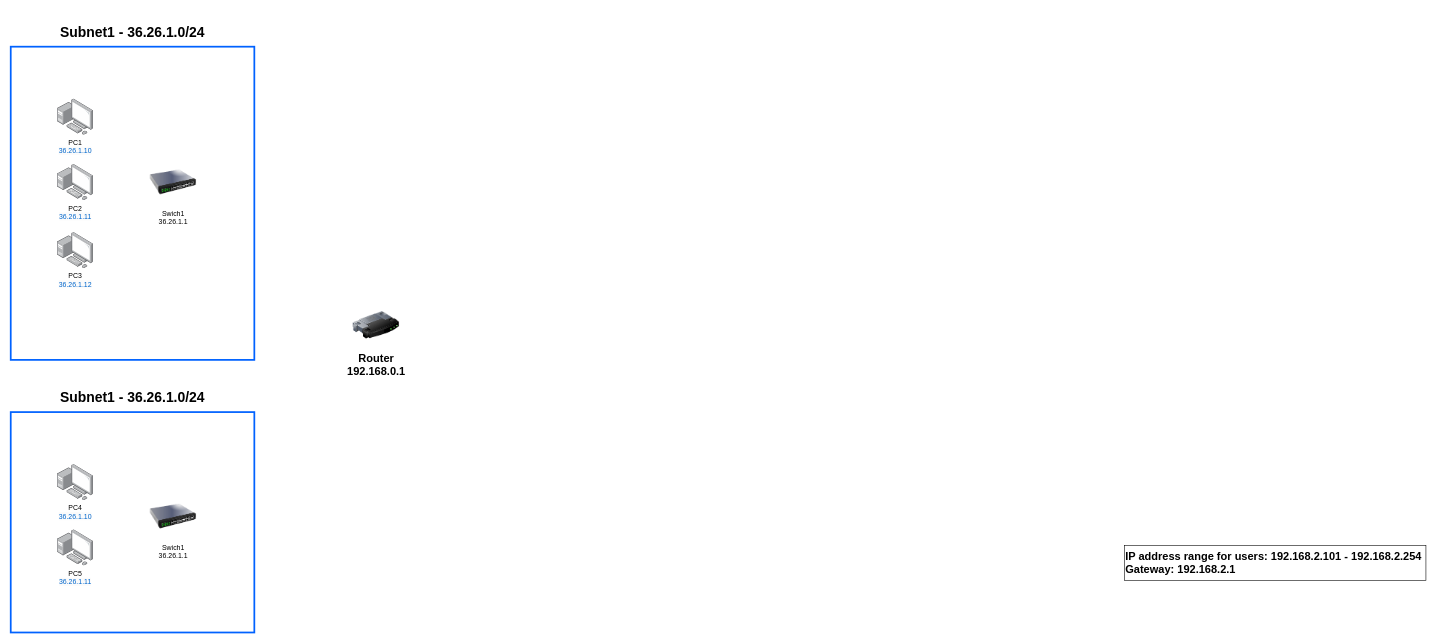
Above: Tutorial4.drawio in tamir-cqu/diagrams (draw.io), before the change. Source tidied: cells renumbered, new cells numbered last; positions are measured from the earlier drawing's top-left corner, leaving out a move shared by most shapes. Both pictures are drawn from the tidied source at 58%, with x=0, y=0 at pixel (10, 23).
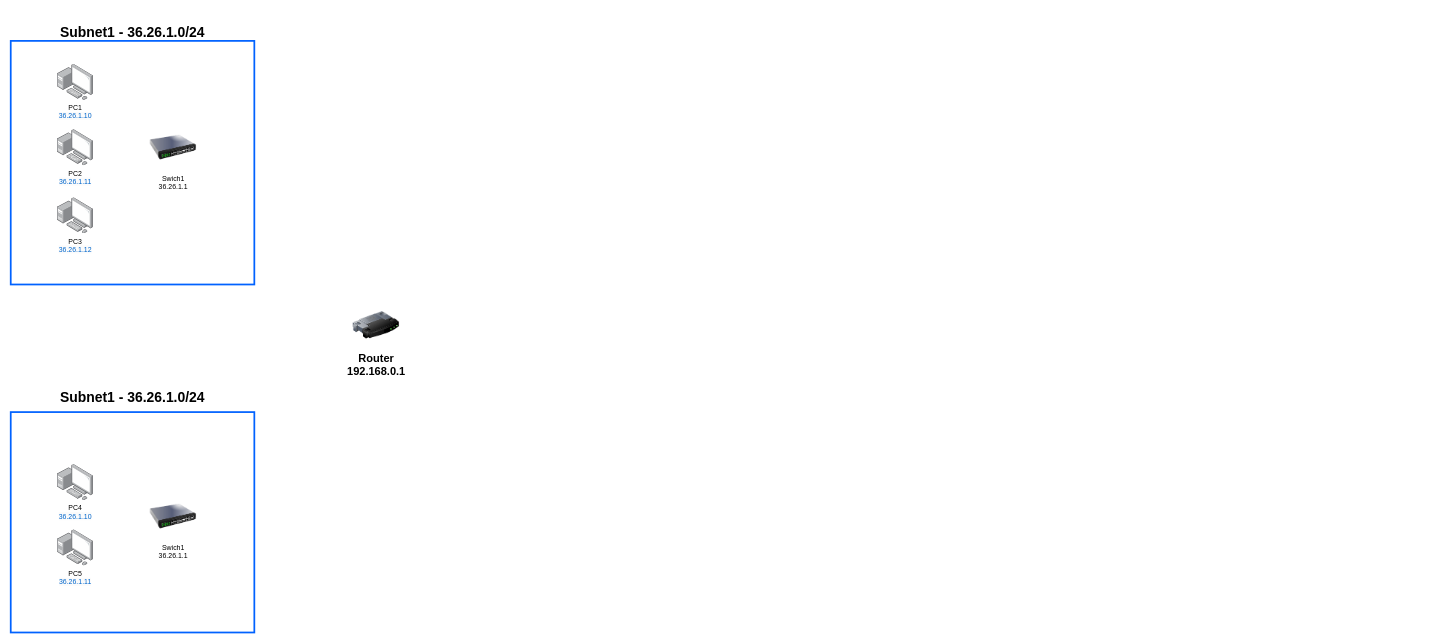
The same diagram, later.

The edit, as a diff of the source:
```diff
@@
 <mxGraphModel background="#ffffff">
   <root>
     <mxCell id="0" />
     <mxCell id="1" parent="0" />
     <mxCell id="2" style="rounded=0;whiteSpace=wrap;html=1;strokeWidth=3;strokeColor=#0062ff;fontSize=19;fontStyle=1;" parent="1" vertex="1">
-      <mxGeometry y="40" width="420" height="540" as="geometry" />
+      <mxGeometry y="30" width="420" height="420" as="geometry" />
     </mxCell>
     <mxCell id="3" value="Router&lt;br&gt;192.168.0.1" style="image;html=1;image=img/lib/clip_art/networking/Router_128x128.png;fontSize=19;fontStyle=1;" parent="1" vertex="1">
       <mxGeometry x="590" y="480" width="80" height="80" as="geometry" />
     </mxCell>
     <mxCell id="4" value="&lt;p class=&quot;MsoNormal&quot; style=&quot;font-size: 24px;&quot;&gt;Subnet1 - 36.26.1.0/24&lt;/p&gt;" style="text;html=1;strokeColor=none;fillColor=none;align=center;verticalAlign=middle;whiteSpace=wrap;rounded=0;fontSize=24;fontStyle=1;" parent="1" vertex="1">
       <mxGeometry x="40" width="340" height="30" as="geometry" />
     </mxCell>
-    <mxCell id="5" value="IP address range for users: 192.168.2.101 - 192.168.2.254&lt;br style=&quot;font-size: 19px;&quot;&gt;Gateway: 192.168.2.1&lt;br style=&quot;font-size: 19px;&quot;&gt;" style="rounded=0;whiteSpace=wrap;html=1;align=left;fontSize=19;fontStyle=1;" parent="1" vertex="1">
-      <mxGeometry x="1920" y="900" width="520" height="60" as="geometry" />
-    </mxCell>
     <mxCell id="6" value="PC1&lt;br style=&quot;border-color: var(--border-color); color: rgb(0, 102, 204); background-color: rgb(251, 251, 251);&quot;&gt;&lt;span style=&quot;color: rgb(0, 102, 204); background-color: rgb(251, 251, 251);&quot;&gt;36.26.1.10&lt;/span&gt;" style="image;html=1;align=center;shadow=0;dashed=0;image=img/lib/allied_telesis/computer_and_terminals/Personal_Computer_with_Server.svg;" parent="1" vertex="1">
-      <mxGeometry x="80" y="130" width="62.4" height="62.4" as="geometry" />
+      <mxGeometry x="80" y="70" width="62.4" height="62.4" as="geometry" />
     </mxCell>
     <mxCell id="7" value="PC2&lt;br style=&quot;border-color: var(--border-color); color: rgb(0, 102, 204); background-color: rgb(251, 251, 251);&quot;&gt;&lt;span style=&quot;color: rgb(0, 102, 204); background-color: rgb(251, 251, 251);&quot;&gt;36.26.1.11&lt;/span&gt;" style="image;html=1;align=center;shadow=0;dashed=0;image=img/lib/allied_telesis/computer_and_terminals/Personal_Computer_with_Server.svg;" parent="1" vertex="1">
-      <mxGeometry x="80" y="242.6" width="62.4" height="62.4" as="geometry" />
+      <mxGeometry x="80" y="182.6" width="62.4" height="62.4" as="geometry" />
     </mxCell>
     <mxCell id="8" value="PC3&lt;br style=&quot;border-color: var(--border-color); color: rgb(0, 102, 204); background-color: rgb(251, 251, 251);&quot;&gt;&lt;span style=&quot;color: rgb(0, 102, 204); background-color: rgb(251, 251, 251);&quot;&gt;36.26.1.12&lt;/span&gt;" style="image;html=1;align=center;shadow=0;dashed=0;image=img/lib/allied_telesis/computer_and_terminals/Personal_Computer_with_Server.svg;" parent="1" vertex="1">
-      <mxGeometry x="80" y="360" width="62.4" height="62.4" as="geometry" />
+      <mxGeometry x="80" y="300" width="62.4" height="62.4" as="geometry" />
     </mxCell>
     <mxCell id="9" value="Swich1&lt;br&gt;36.26.1.1" style="image;html=1;image=img/lib/clip_art/networking/Switch_128x128.png;" parent="1" vertex="1">
-      <mxGeometry x="240" y="233.8" width="80" height="80" as="geometry" />
+      <mxGeometry x="240" y="173.8" width="80" height="80" as="geometry" />
     </mxCell>
     <mxCell id="10" style="rounded=0;whiteSpace=wrap;html=1;strokeWidth=3;strokeColor=#0062ff;fontSize=19;fontStyle=1;" parent="1" vertex="1">
       <mxGeometry y="670" width="420" height="380" as="geometry" />
     </mxCell>
     <mxCell id="11" value="&lt;p class=&quot;MsoNormal&quot; style=&quot;font-size: 24px;&quot;&gt;Subnet1 - 36.26.1.0/24&lt;/p&gt;" style="text;html=1;strokeColor=none;fillColor=none;align=center;verticalAlign=middle;whiteSpace=wrap;rounded=0;fontSize=24;fontStyle=1;" parent="1" vertex="1">
       <mxGeometry x="40" y="630" width="340" height="30" as="geometry" />
     </mxCell>
     <mxCell id="12" value="PC4&lt;br style=&quot;border-color: var(--border-color); color: rgb(0, 102, 204); background-color: rgb(251, 251, 251);&quot;&gt;&lt;span style=&quot;color: rgb(0, 102, 204); background-color: rgb(251, 251, 251);&quot;&gt;36.26.1.10&lt;/span&gt;" style="image;html=1;align=center;shadow=0;dashed=0;image=img/lib/allied_telesis/computer_and_terminals/Personal_Computer_with_Server.svg;" parent="1" vertex="1">
       <mxGeometry x="80" y="760" width="62.4" height="62.4" as="geometry" />
     </mxCell>
     <mxCell id="13" value="PC5&lt;br style=&quot;border-color: var(--border-color); color: rgb(0, 102, 204); background-color: rgb(251, 251, 251);&quot;&gt;&lt;span style=&quot;color: rgb(0, 102, 204); background-color: rgb(251, 251, 251);&quot;&gt;36.26.1.11&lt;/span&gt;" style="image;html=1;align=center;shadow=0;dashed=0;image=img/lib/allied_telesis/computer_and_terminals/Personal_Computer_with_Server.svg;" parent="1" vertex="1">
       <mxGeometry x="80" y="872.6" width="62.4" height="62.4" as="geometry" />
     </mxCell>
     <mxCell id="14" value="Swich1&lt;br&gt;36.26.1.1" style="image;html=1;image=img/lib/clip_art/networking/Switch_128x128.png;" parent="1" vertex="1">
       <mxGeometry x="240" y="810" width="80" height="80" as="geometry" />
     </mxCell>
   </root>
 </mxGraphModel>
```
